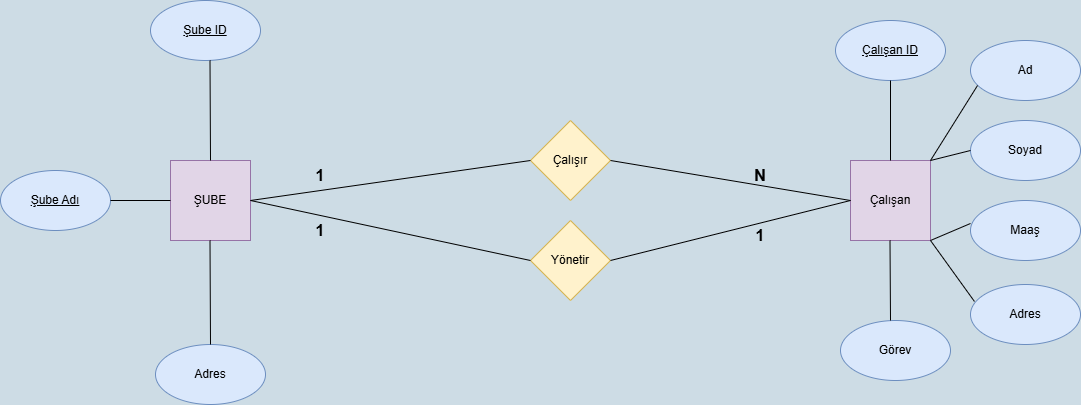
Above: ödev 2/Başlıksız Diyagram.drawio.png in i-p5/veri-organizasyon (draw.io), before the change. Source tidied: cells renumbered, new cells last; positions are measured from the earlier drawing's top-left corner, leaving out a move shared by most shapes.
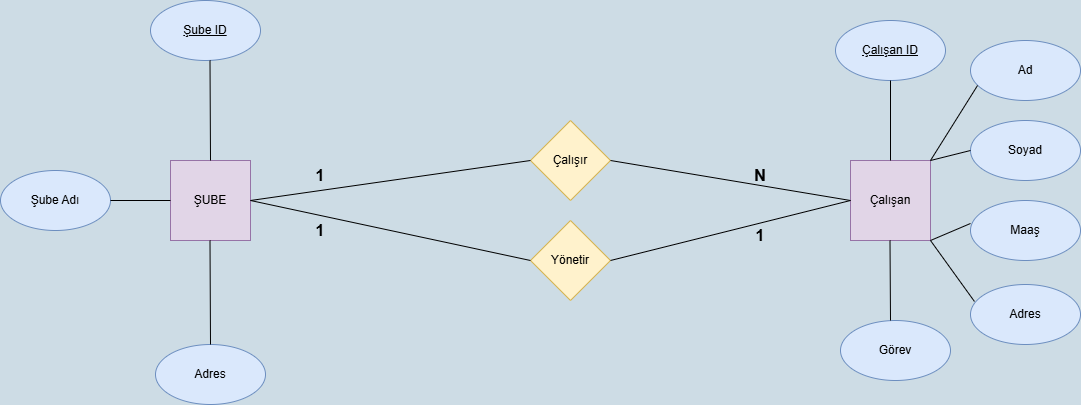
The same diagram one commit later.

Change to the diagram source:
```diff
@@ -14,7 +14,7 @@
     <mxCell id="5" value="Adres" style="ellipse;whiteSpace=wrap;html=1;fillColor=#dae8fc;strokeColor=#6c8ebf;" parent="1" vertex="1">
       <mxGeometry x="155" y="344" width="110" height="60" as="geometry" />
     </mxCell>
-    <mxCell id="6" value="&lt;u&gt;Şube Adı&lt;/u&gt;" style="ellipse;whiteSpace=wrap;html=1;fillColor=#dae8fc;strokeColor=#6c8ebf;" parent="1" vertex="1">
+    <mxCell id="6" value="Şube Adı" style="ellipse;whiteSpace=wrap;html=1;fillColor=#dae8fc;strokeColor=#6c8ebf;" parent="1" vertex="1">
       <mxGeometry y="170" width="110" height="60" as="geometry" />
     </mxCell>
     <mxCell id="7" value="&lt;u&gt;Çalışan ID&lt;/u&gt;" style="ellipse;whiteSpace=wrap;html=1;fillColor=#dae8fc;strokeColor=#6c8ebf;" parent="1" vertex="1">
```
